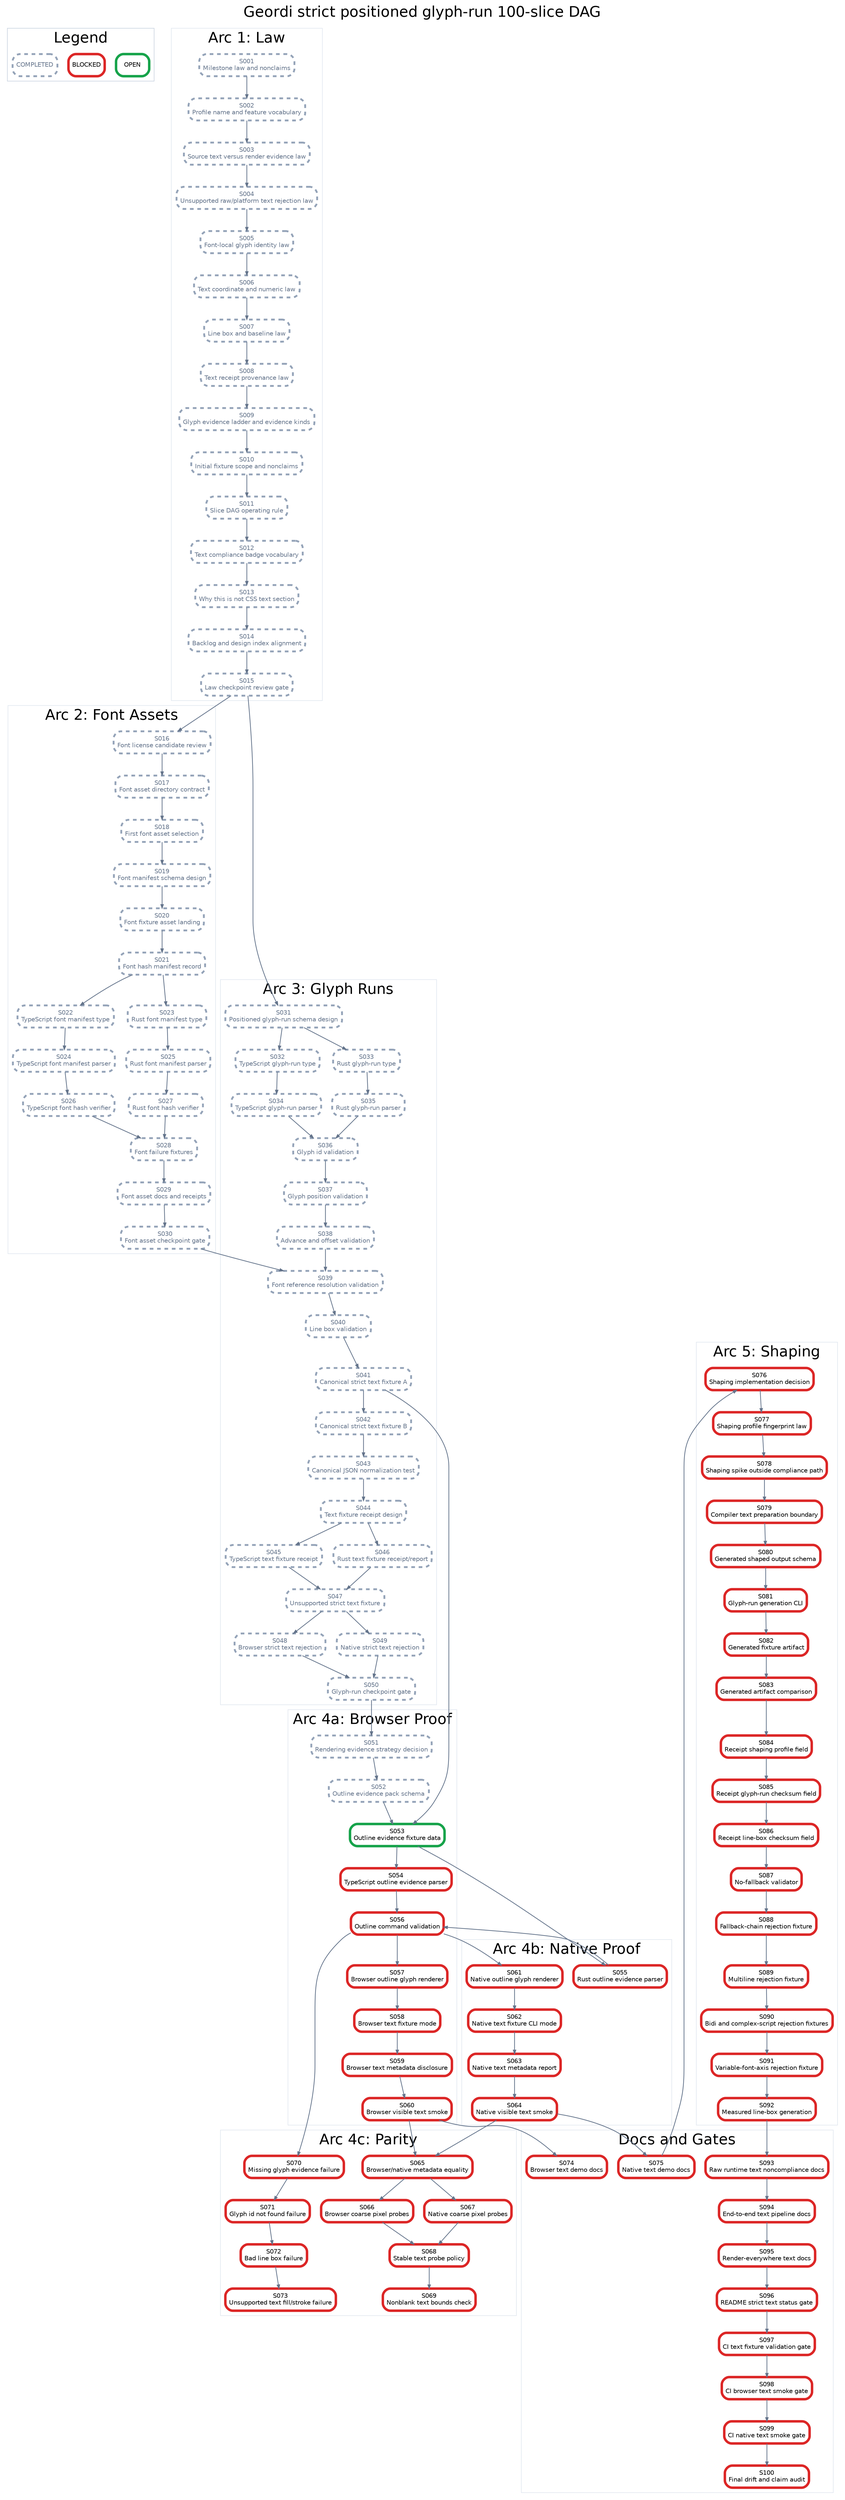
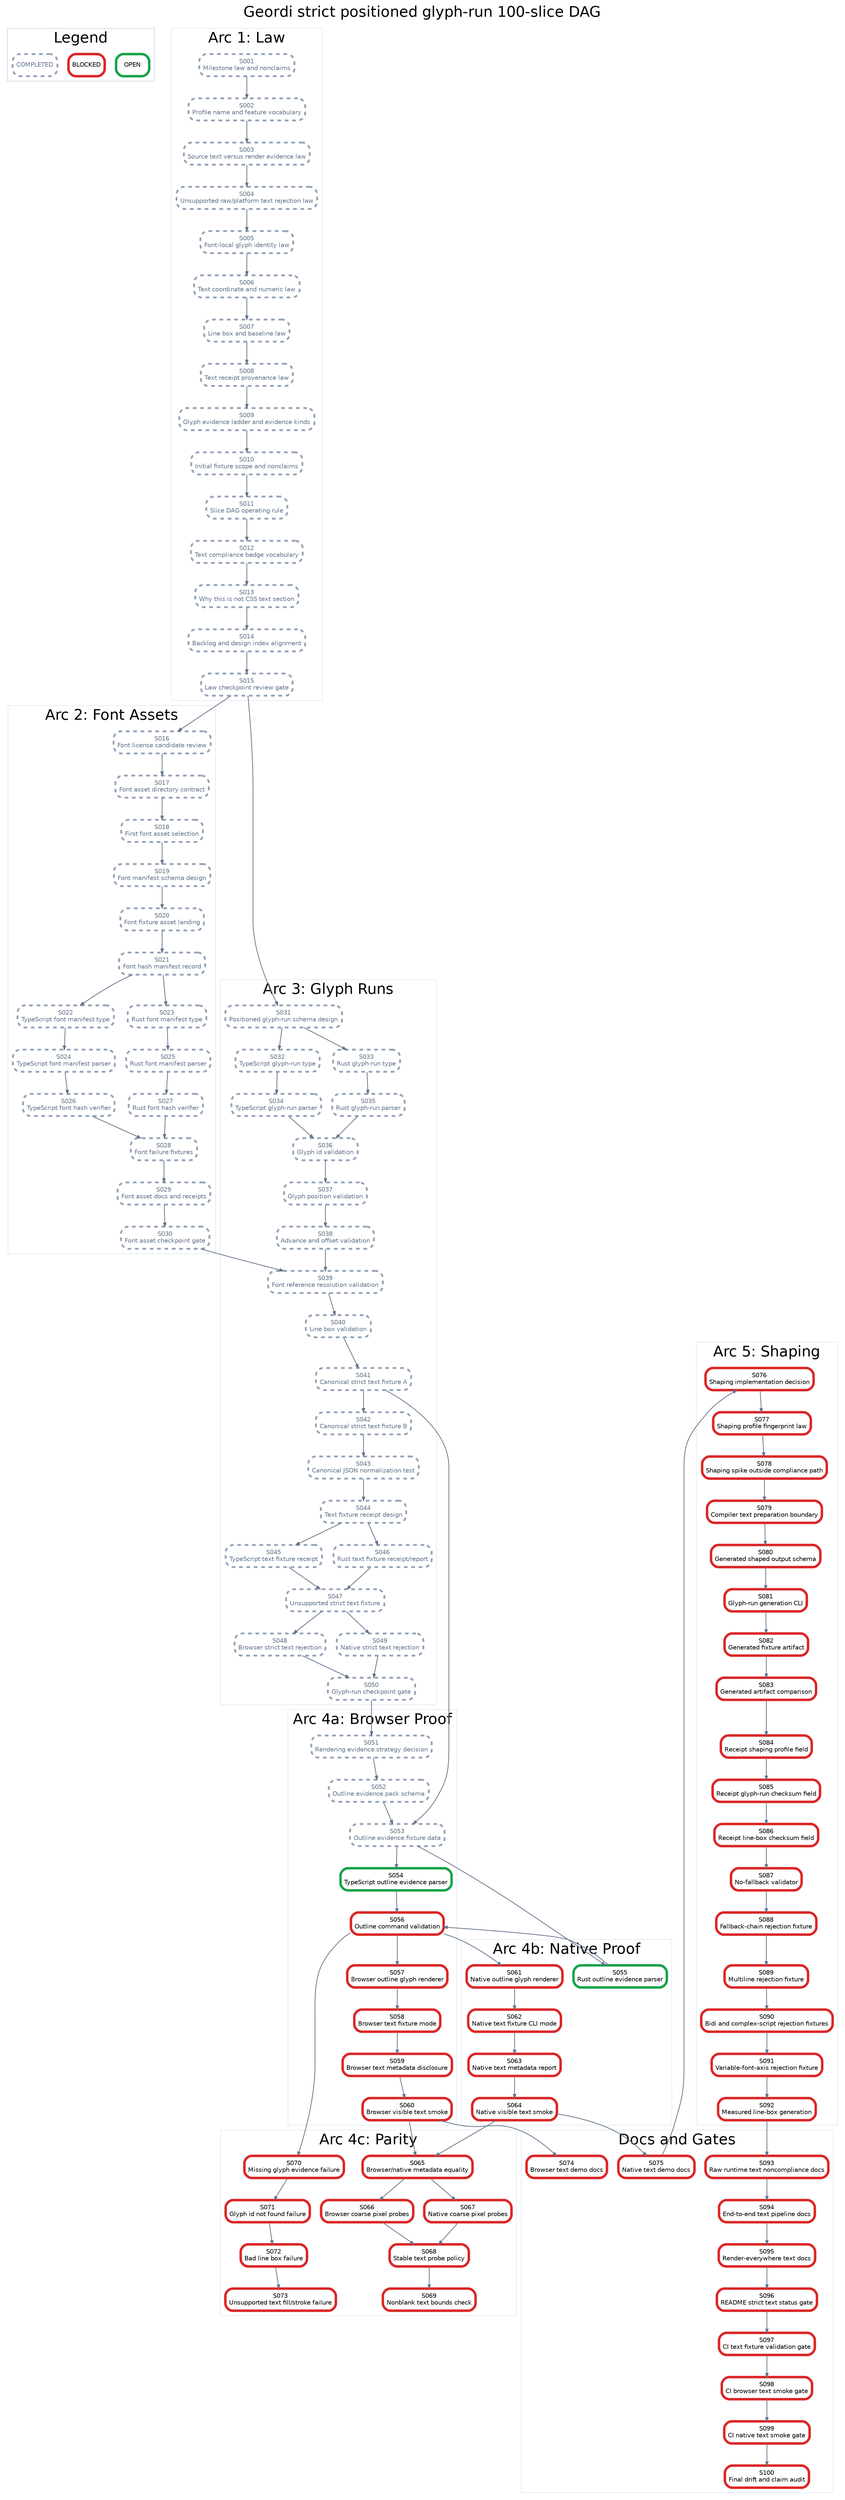
digraph StrictPositionedGlyphRunPlan {
  graph [rankdir=TB, bgcolor="white", fontname="Helvetica", label="Geordi strict positioned glyph-run 100-slice DAG", labelloc="t", fontsize=24];
  node [shape=box, style="rounded,filled", fillcolor="white", fontname="Helvetica", fontsize=10, margin="0.08,0.05"];
  edge [color="#64748b", arrowsize=0.6, penwidth=1.2];

  subgraph cluster_legend {
    label="Legend";
    color="#cbd5e1";
    legend_open [label="OPEN", color="#16a34a", penwidth=4];
    legend_blocked [label="BLOCKED", color="#dc2626", penwidth=4];
    legend_done [label="COMPLETED", color="#94a3b8", penwidth=3, style="rounded,filled,dashed", fontcolor="#64748b"];
  }

  subgraph cluster_law {
    label="Arc 1: Law";
    color="#e2e8f0";
    S001 [label="S001\nMilestone law and nonclaims", color="#94a3b8", penwidth=3, style="rounded,filled,dashed", fontcolor="#64748b"];
    S002 [label="S002\nProfile name and feature vocabulary", color="#94a3b8", penwidth=3, style="rounded,filled,dashed", fontcolor="#64748b"];
    S003 [label="S003\nSource text versus render evidence law", color="#94a3b8", penwidth=3, style="rounded,filled,dashed", fontcolor="#64748b"];
    S004 [label="S004\nUnsupported raw/platform text rejection law", color="#94a3b8", penwidth=3, style="rounded,filled,dashed", fontcolor="#64748b"];
    S005 [label="S005\nFont-local glyph identity law", color="#94a3b8", penwidth=3, style="rounded,filled,dashed", fontcolor="#64748b"];
    S006 [label="S006\nText coordinate and numeric law", color="#94a3b8", penwidth=3, style="rounded,filled,dashed", fontcolor="#64748b"];
    S007 [label="S007\nLine box and baseline law", color="#94a3b8", penwidth=3, style="rounded,filled,dashed", fontcolor="#64748b"];
    S008 [label="S008\nText receipt provenance law", color="#94a3b8", penwidth=3, style="rounded,filled,dashed", fontcolor="#64748b"];
    S009 [label="S009\nGlyph evidence ladder and evidence kinds", color="#94a3b8", penwidth=3, style="rounded,filled,dashed", fontcolor="#64748b"];
    S010 [label="S010\nInitial fixture scope and nonclaims", color="#94a3b8", penwidth=3, style="rounded,filled,dashed", fontcolor="#64748b"];
    S011 [label="S011\nSlice DAG operating rule", color="#94a3b8", penwidth=3, style="rounded,filled,dashed", fontcolor="#64748b"];
    S012 [label="S012\nText compliance badge vocabulary", color="#94a3b8", penwidth=3, style="rounded,filled,dashed", fontcolor="#64748b"];
    S013 [label="S013\nWhy this is not CSS text section", color="#94a3b8", penwidth=3, style="rounded,filled,dashed", fontcolor="#64748b"];
    S014 [label="S014\nBacklog and design index alignment", color="#94a3b8", penwidth=3, style="rounded,filled,dashed", fontcolor="#64748b"];
    S015 [label="S015\nLaw checkpoint review gate", color="#94a3b8", penwidth=3, style="rounded,filled,dashed", fontcolor="#64748b"];
  }

  subgraph cluster_assets {
    label="Arc 2: Font Assets";
    color="#e2e8f0";
    S016 [label="S016\nFont license candidate review", color="#94a3b8", penwidth=3, style="rounded,filled,dashed", fontcolor="#64748b"];
    S017 [label="S017\nFont asset directory contract", color="#94a3b8", penwidth=3, style="rounded,filled,dashed", fontcolor="#64748b"];
    S018 [label="S018\nFirst font asset selection", color="#94a3b8", penwidth=3, style="rounded,filled,dashed", fontcolor="#64748b"];
    S019 [label="S019\nFont manifest schema design", color="#94a3b8", penwidth=3, style="rounded,filled,dashed", fontcolor="#64748b"];
    S020 [label="S020\nFont fixture asset landing", color="#94a3b8", penwidth=3, style="rounded,filled,dashed", fontcolor="#64748b"];
    S021 [label="S021\nFont hash manifest record", color="#94a3b8", penwidth=3, style="rounded,filled,dashed", fontcolor="#64748b"];
    S022 [label="S022\nTypeScript font manifest type", color="#94a3b8", penwidth=3, style="rounded,filled,dashed", fontcolor="#64748b"];
    S023 [label="S023\nRust font manifest type", color="#94a3b8", penwidth=3, style="rounded,filled,dashed", fontcolor="#64748b"];
    S024 [label="S024\nTypeScript font manifest parser", color="#94a3b8", penwidth=3, style="rounded,filled,dashed", fontcolor="#64748b"];
    S025 [label="S025\nRust font manifest parser", color="#94a3b8", penwidth=3, style="rounded,filled,dashed", fontcolor="#64748b"];
    S026 [label="S026\nTypeScript font hash verifier", color="#94a3b8", penwidth=3, style="rounded,filled,dashed", fontcolor="#64748b"];
    S027 [label="S027\nRust font hash verifier", color="#94a3b8", penwidth=3, style="rounded,filled,dashed", fontcolor="#64748b"];
    S028 [label="S028\nFont failure fixtures", color="#94a3b8", penwidth=3, style="rounded,filled,dashed", fontcolor="#64748b"];
    S029 [label="S029\nFont asset docs and receipts", color="#94a3b8", penwidth=3, style="rounded,filled,dashed", fontcolor="#64748b"];
    S030 [label="S030\nFont asset checkpoint gate", color="#94a3b8", penwidth=3, style="rounded,filled,dashed", fontcolor="#64748b"];
  }

  subgraph cluster_glyph {
    label="Arc 3: Glyph Runs";
    color="#e2e8f0";
    S031 [label="S031\nPositioned glyph-run schema design", color="#94a3b8", penwidth=3, style="rounded,filled,dashed", fontcolor="#64748b"];
    S032 [label="S032\nTypeScript glyph-run type", color="#94a3b8", penwidth=3, style="rounded,filled,dashed", fontcolor="#64748b"];
    S033 [label="S033\nRust glyph-run type", color="#94a3b8", penwidth=3, style="rounded,filled,dashed", fontcolor="#64748b"];
    S034 [label="S034\nTypeScript glyph-run parser", color="#94a3b8", penwidth=3, style="rounded,filled,dashed", fontcolor="#64748b"];
    S035 [label="S035\nRust glyph-run parser", color="#94a3b8", penwidth=3, style="rounded,filled,dashed", fontcolor="#64748b"];
    S036 [label="S036\nGlyph id validation", color="#94a3b8", penwidth=3, style="rounded,filled,dashed", fontcolor="#64748b"];
    S037 [label="S037\nGlyph position validation", color="#94a3b8", penwidth=3, style="rounded,filled,dashed", fontcolor="#64748b"];
    S038 [label="S038\nAdvance and offset validation", color="#94a3b8", penwidth=3, style="rounded,filled,dashed", fontcolor="#64748b"];
    S039 [label="S039\nFont reference resolution validation", color="#94a3b8", penwidth=3, style="rounded,filled,dashed", fontcolor="#64748b"];
    S040 [label="S040\nLine box validation", color="#94a3b8", penwidth=3, style="rounded,filled,dashed", fontcolor="#64748b"];
    S041 [label="S041\nCanonical strict text fixture A", color="#94a3b8", penwidth=3, style="rounded,filled,dashed", fontcolor="#64748b"];
    S042 [label="S042\nCanonical strict text fixture B", color="#94a3b8", penwidth=3, style="rounded,filled,dashed", fontcolor="#64748b"];
    S043 [label="S043\nCanonical JSON normalization test", color="#94a3b8", penwidth=3, style="rounded,filled,dashed", fontcolor="#64748b"];
    S044 [label="S044\nText fixture receipt design", color="#94a3b8", penwidth=3, style="rounded,filled,dashed", fontcolor="#64748b"];
    S045 [label="S045\nTypeScript text fixture receipt", color="#94a3b8", penwidth=3, style="rounded,filled,dashed", fontcolor="#64748b"];
    S046 [label="S046\nRust text fixture receipt/report", color="#94a3b8", penwidth=3, style="rounded,filled,dashed", fontcolor="#64748b"];
    S047 [label="S047\nUnsupported strict text fixture", color="#94a3b8", penwidth=3, style="rounded,filled,dashed", fontcolor="#64748b"];
    S048 [label="S048\nBrowser strict text rejection", color="#94a3b8", penwidth=3, style="rounded,filled,dashed", fontcolor="#64748b"];
    S049 [label="S049\nNative strict text rejection", color="#94a3b8", penwidth=3, style="rounded,filled,dashed", fontcolor="#64748b"];
    S050 [label="S050\nGlyph-run checkpoint gate", color="#94a3b8", penwidth=3, style="rounded,filled,dashed", fontcolor="#64748b"];
  }

  subgraph cluster_browser {
    label="Arc 4a: Browser Proof";
    color="#e2e8f0";
    S051 [label="S051\nRendering evidence strategy decision", color="#94a3b8", penwidth=3, style="rounded,filled,dashed", fontcolor="#64748b"];
    S052 [label="S052\nOutline evidence pack schema", color="#94a3b8", penwidth=3, style="rounded,filled,dashed", fontcolor="#64748b"];
-     S053 [label="S053\nOutline evidence fixture data", color="#16a34a", penwidth=4];
-     S054 [label="S054\nTypeScript outline evidence parser", color="#dc2626", penwidth=4];
+     S053 [label="S053\nOutline evidence fixture data", color="#94a3b8", penwidth=3, style="rounded,filled,dashed", fontcolor="#64748b"];
+     S054 [label="S054\nTypeScript outline evidence parser", color="#16a34a", penwidth=4];
    S056 [label="S056\nOutline command validation", color="#dc2626", penwidth=4];
    S057 [label="S057\nBrowser outline glyph renderer", color="#dc2626", penwidth=4];
    S058 [label="S058\nBrowser text fixture mode", color="#dc2626", penwidth=4];
    S059 [label="S059\nBrowser text metadata disclosure", color="#dc2626", penwidth=4];
    S060 [label="S060\nBrowser visible text smoke", color="#dc2626", penwidth=4];
  }

  subgraph cluster_native {
    label="Arc 4b: Native Proof";
    color="#e2e8f0";
-     S055 [label="S055\nRust outline evidence parser", color="#dc2626", penwidth=4];
+     S055 [label="S055\nRust outline evidence parser", color="#16a34a", penwidth=4];
    S061 [label="S061\nNative outline glyph renderer", color="#dc2626", penwidth=4];
    S062 [label="S062\nNative text fixture CLI mode", color="#dc2626", penwidth=4];
    S063 [label="S063\nNative text metadata report", color="#dc2626", penwidth=4];
    S064 [label="S064\nNative visible text smoke", color="#dc2626", penwidth=4];
  }

  subgraph cluster_parity {
    label="Arc 4c: Parity";
    color="#e2e8f0";
    S065 [label="S065\nBrowser/native metadata equality", color="#dc2626", penwidth=4];
    S066 [label="S066\nBrowser coarse pixel probes", color="#dc2626", penwidth=4];
    S067 [label="S067\nNative coarse pixel probes", color="#dc2626", penwidth=4];
    S068 [label="S068\nStable text probe policy", color="#dc2626", penwidth=4];
    S069 [label="S069\nNonblank text bounds check", color="#dc2626", penwidth=4];
    S070 [label="S070\nMissing glyph evidence failure", color="#dc2626", penwidth=4];
    S071 [label="S071\nGlyph id not found failure", color="#dc2626", penwidth=4];
    S072 [label="S072\nBad line box failure", color="#dc2626", penwidth=4];
    S073 [label="S073\nUnsupported text fill/stroke failure", color="#dc2626", penwidth=4];
  }

  subgraph cluster_shaping {
    label="Arc 5: Shaping";
    color="#e2e8f0";
    S076 [label="S076\nShaping implementation decision", color="#dc2626", penwidth=4];
    S077 [label="S077\nShaping profile fingerprint law", color="#dc2626", penwidth=4];
    S078 [label="S078\nShaping spike outside compliance path", color="#dc2626", penwidth=4];
    S079 [label="S079\nCompiler text preparation boundary", color="#dc2626", penwidth=4];
    S080 [label="S080\nGenerated shaped output schema", color="#dc2626", penwidth=4];
    S081 [label="S081\nGlyph-run generation CLI", color="#dc2626", penwidth=4];
    S082 [label="S082\nGenerated fixture artifact", color="#dc2626", penwidth=4];
    S083 [label="S083\nGenerated artifact comparison", color="#dc2626", penwidth=4];
    S084 [label="S084\nReceipt shaping profile field", color="#dc2626", penwidth=4];
    S085 [label="S085\nReceipt glyph-run checksum field", color="#dc2626", penwidth=4];
    S086 [label="S086\nReceipt line-box checksum field", color="#dc2626", penwidth=4];
    S087 [label="S087\nNo-fallback validator", color="#dc2626", penwidth=4];
    S088 [label="S088\nFallback-chain rejection fixture", color="#dc2626", penwidth=4];
    S089 [label="S089\nMultiline rejection fixture", color="#dc2626", penwidth=4];
    S090 [label="S090\nBidi and complex-script rejection fixtures", color="#dc2626", penwidth=4];
    S091 [label="S091\nVariable-font-axis rejection fixture", color="#dc2626", penwidth=4];
    S092 [label="S092\nMeasured line-box generation", color="#dc2626", penwidth=4];
  }

  subgraph cluster_docs {
    label="Docs and Gates";
    color="#e2e8f0";
    S074 [label="S074\nBrowser text demo docs", color="#dc2626", penwidth=4];
    S075 [label="S075\nNative text demo docs", color="#dc2626", penwidth=4];
    S093 [label="S093\nRaw runtime text noncompliance docs", color="#dc2626", penwidth=4];
    S094 [label="S094\nEnd-to-end text pipeline docs", color="#dc2626", penwidth=4];
    S095 [label="S095\nRender-everywhere text docs", color="#dc2626", penwidth=4];
    S096 [label="S096\nREADME strict text status gate", color="#dc2626", penwidth=4];
    S097 [label="S097\nCI text fixture validation gate", color="#dc2626", penwidth=4];
    S098 [label="S098\nCI browser text smoke gate", color="#dc2626", penwidth=4];
    S099 [label="S099\nCI native text smoke gate", color="#dc2626", penwidth=4];
    S100 [label="S100\nFinal drift and claim audit", color="#dc2626", penwidth=4];
  }

  S001 -> S002;
  S002 -> S003;
  S003 -> S004;
  S004 -> S005;
  S005 -> S006;
  S006 -> S007;
  S007 -> S008;
  S008 -> S009;
  S009 -> S010;
  S010 -> S011;
  S011 -> S012;
  S012 -> S013;
  S013 -> S014;
  S014 -> S015;
  S015 -> S016;
  S016 -> S017;
  S017 -> S018;
  S018 -> S019;
  S019 -> S020;
  S020 -> S021;
  S021 -> S022;
  S021 -> S023;
  S022 -> S024;
  S023 -> S025;
  S024 -> S026;
  S025 -> S027;
  S026 -> S028;
  S027 -> S028;
  S028 -> S029;
  S029 -> S030;
  S015 -> S031;
  S031 -> S032;
  S031 -> S033;
  S032 -> S034;
  S033 -> S035;
  S034 -> S036;
  S035 -> S036;
  S036 -> S037;
  S037 -> S038;
  S038 -> S039;
  S039 -> S040;
  S030 -> S039;
  S040 -> S041;
  S041 -> S042;
  S042 -> S043;
  S043 -> S044;
  S044 -> S045;
  S044 -> S046;
  S045 -> S047;
  S046 -> S047;
  S047 -> S048;
  S047 -> S049;
  S048 -> S050;
  S049 -> S050;
  S050 -> S051;
  S051 -> S052;
  S052 -> S053;
  S041 -> S053;
  S053 -> S054;
  S053 -> S055;
  S054 -> S056;
  S055 -> S056;
  S056 -> S057;
  S057 -> S058;
  S058 -> S059;
  S059 -> S060;
  S056 -> S061;
  S061 -> S062;
  S062 -> S063;
  S063 -> S064;
  S060 -> S065;
  S064 -> S065;
  S065 -> S066;
  S065 -> S067;
  S066 -> S068;
  S067 -> S068;
  S068 -> S069;
  S056 -> S070;
  S070 -> S071;
  S071 -> S072;
  S072 -> S073;
  S060 -> S074;
  S064 -> S075;
  S075 -> S076;
  S076 -> S077;
  S077 -> S078;
  S078 -> S079;
  S079 -> S080;
  S080 -> S081;
  S081 -> S082;
  S082 -> S083;
  S083 -> S084;
  S084 -> S085;
  S085 -> S086;
  S086 -> S087;
  S087 -> S088;
  S088 -> S089;
  S089 -> S090;
  S090 -> S091;
  S091 -> S092;
  S092 -> S093;
  S093 -> S094;
  S094 -> S095;
  S095 -> S096;
  S096 -> S097;
  S097 -> S098;
  S098 -> S099;
  S099 -> S100;
}
